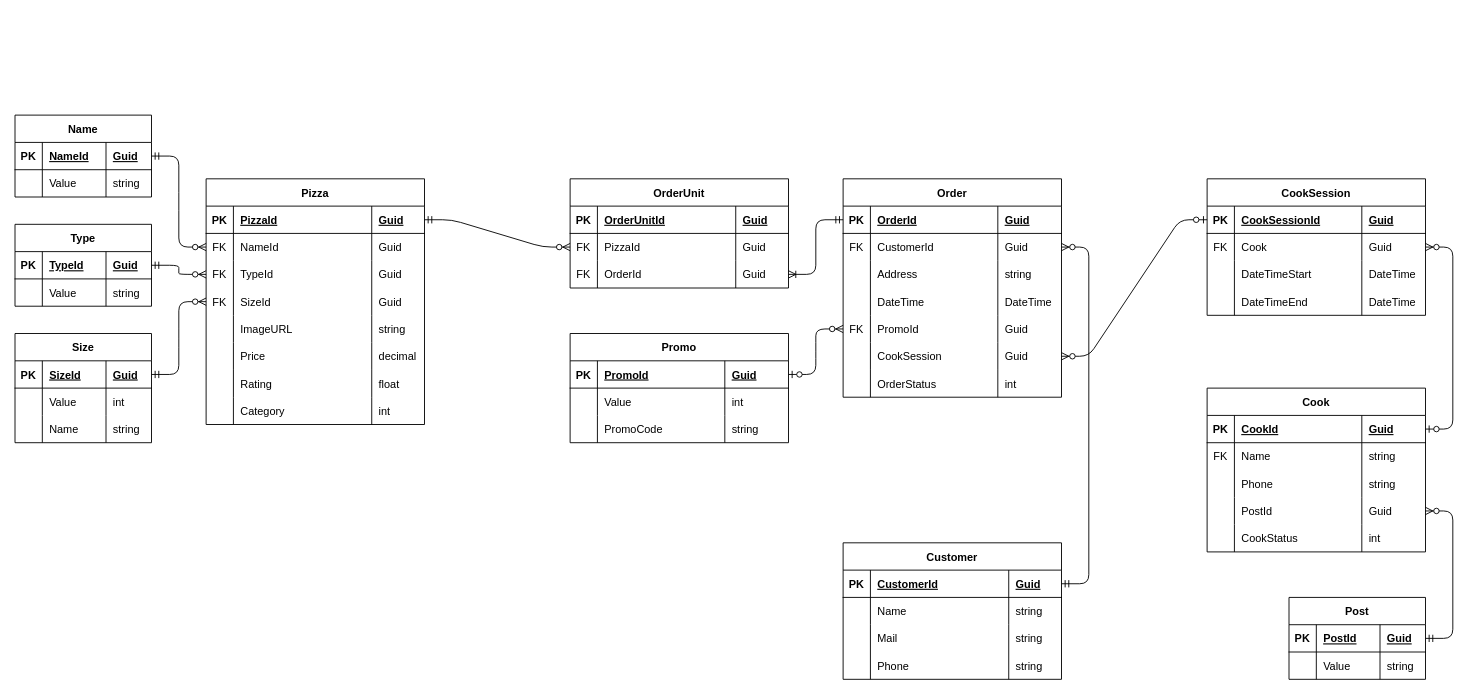
The draw.io diagram docs/db.drawio in maksperskiy/pizza, before the edit. Source tidied: cells renumbered, new cells numbered last; positions are measured from the earlier drawing's top-left corner, leaving out a move shared by most shapes. Both pictures are drawn from the tidied source at 91%, with x=0, y=0 at pixel (15, 115).
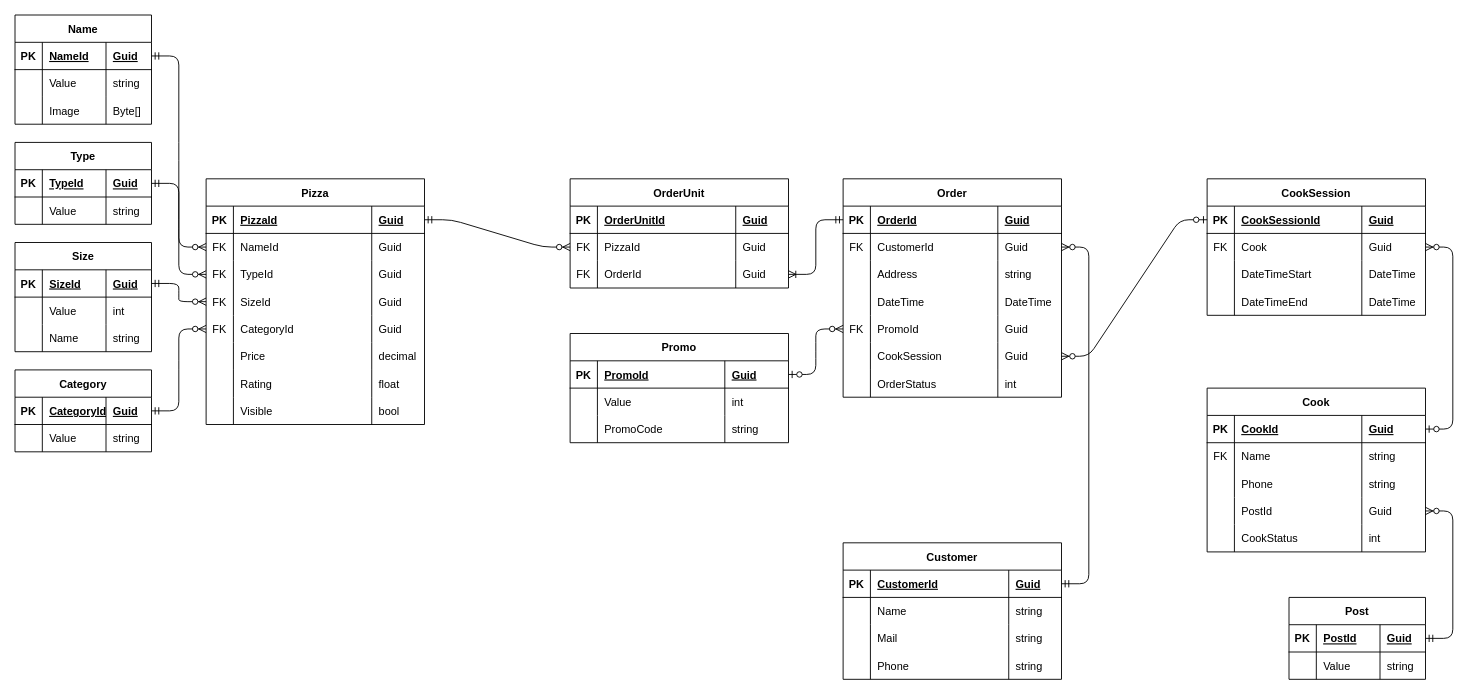
After the change.

The change refers to these unchanged cells:
```xml
<mxCell id="2" value="Pizza" style="shape=table;startSize=30;childLayout=tableLayout;rowLines=0;fontStyle=1;align=center;columnLines=1;resizeLastRow=0;shadow=0;rounded=0;sketch=0;" parent="1" vertex="1">
  <mxGeometry x="210" y="70" width="240" height="270" as="geometry" />
</mxCell>
```

Change to the diagram source:
```diff
@@
-    <mxCell id="19" style="shape=partialRectangle;fillColor=none;top=0;left=0;bottom=0;right=0;" parent="2" vertex="1">
-      <mxGeometry y="150" width="240" height="30" as="geometry" />
-    </mxCell>
-    <mxCell id="20" style="shape=partialRectangle;fillColor=none;top=0;left=0;bottom=0;right=0;overflow=hidden;" parent="19" vertex="1">
-      <mxGeometry width="30" height="30" as="geometry" />
-    </mxCell>
-    <mxCell id="21" value="ImageURL" style="shape=partialRectangle;fillColor=none;top=0;left=0;bottom=0;right=0;align=left;spacingLeft=6;overflow=hidden;" parent="19" vertex="1">
-      <mxGeometry x="30" width="152" height="30" as="geometry" />
-    </mxCell>
-    <mxCell id="22" value="string" style="shape=partialRectangle;fillColor=none;top=0;left=0;bottom=0;right=0;align=left;spacingLeft=6;overflow=hidden;" parent="19" vertex="1">
-      <mxGeometry x="182" width="58" height="30" as="geometry" />
-    </mxCell>
+    <mxCell id="31" style="shape=partialRectangle;fillColor=none;top=0;left=0;bottom=0;right=0;points=[[0,0.5],[1,0.5]];portConstraint=eastwest;" parent="2" vertex="1">
+      <mxGeometry y="150" width="240" height="30" as="geometry" />
+    </mxCell>
+    <mxCell id="32" value="FK" style="shape=partialRectangle;fillColor=none;top=0;left=0;bottom=0;right=0;overflow=hidden;" parent="31" vertex="1">
+      <mxGeometry width="30" height="30" as="geometry" />
+    </mxCell>
+    <mxCell id="33" value="CategoryId" style="shape=partialRectangle;fillColor=none;top=0;left=0;bottom=0;right=0;align=left;spacingLeft=6;overflow=hidden;" parent="31" vertex="1">
+      <mxGeometry x="30" width="152" height="30" as="geometry" />
+    </mxCell>
+    <mxCell id="34" value="Guid" style="shape=partialRectangle;fillColor=none;top=0;left=0;bottom=0;right=0;align=left;spacingLeft=6;overflow=hidden;" parent="31" vertex="1">
+      <mxGeometry x="182" width="58" height="30" as="geometry" />
+    </mxCell>
@@
-    <mxCell id="31" style="shape=partialRectangle;fillColor=none;top=0;left=0;bottom=0;right=0;points=[[0,0.5],[1,0.5]];portConstraint=eastwest;" parent="2" vertex="1">
-      <mxGeometry y="240" width="240" height="30" as="geometry" />
-    </mxCell>
-    <mxCell id="32" style="shape=partialRectangle;fillColor=none;top=0;left=0;bottom=0;right=0;overflow=hidden;" parent="31" vertex="1">
-      <mxGeometry width="30" height="30" as="geometry" />
-    </mxCell>
-    <mxCell id="33" value="Category" style="shape=partialRectangle;fillColor=none;top=0;left=0;bottom=0;right=0;align=left;spacingLeft=6;overflow=hidden;" parent="31" vertex="1">
-      <mxGeometry x="30" width="152" height="30" as="geometry" />
-    </mxCell>
-    <mxCell id="34" value="int" style="shape=partialRectangle;fillColor=none;top=0;left=0;bottom=0;right=0;align=left;spacingLeft=6;overflow=hidden;" parent="31" vertex="1">
-      <mxGeometry x="182" width="58" height="30" as="geometry" />
-    </mxCell>
+    <mxCell id="195" style="shape=partialRectangle;fillColor=none;top=0;left=0;bottom=0;right=0;" parent="2" vertex="1">
+      <mxGeometry y="240" width="240" height="30" as="geometry" />
+    </mxCell>
+    <mxCell id="196" style="shape=partialRectangle;fillColor=none;top=0;left=0;bottom=0;right=0;overflow=hidden;" parent="195" vertex="1">
+      <mxGeometry width="30" height="30" as="geometry" />
+    </mxCell>
+    <mxCell id="197" value="Visible" style="shape=partialRectangle;fillColor=none;top=0;left=0;bottom=0;right=0;align=left;spacingLeft=6;overflow=hidden;" parent="195" vertex="1">
+      <mxGeometry x="30" width="152" height="30" as="geometry" />
+    </mxCell>
+    <mxCell id="198" value="bool" style="shape=partialRectangle;fillColor=none;top=0;left=0;bottom=0;right=0;align=left;spacingLeft=6;overflow=hidden;" parent="195" vertex="1">
+      <mxGeometry x="182" width="58" height="30" as="geometry" />
+    </mxCell>
     <mxCell id="35" value="Name" style="shape=table;startSize=30;childLayout=tableLayout;rowLines=0;fontStyle=1;align=center;columnLines=1;resizeLastRow=0;shadow=0;rounded=0;sketch=0;" parent="1" vertex="1">
-      <mxGeometry width="150" height="90" as="geometry" />
+      <mxGeometry y="-110" width="150" height="120" as="geometry" />
     </mxCell>
@@
+    <mxCell id="199" style="shape=partialRectangle;fillColor=none;top=0;left=0;bottom=0;right=0;" parent="35" vertex="1">
+      <mxGeometry y="90" width="150" height="30" as="geometry" />
+    </mxCell>
+    <mxCell id="200" style="shape=partialRectangle;fillColor=none;top=0;left=0;bottom=0;right=0;overflow=hidden;" parent="199" vertex="1">
+      <mxGeometry width="30" height="30" as="geometry" />
+    </mxCell>
+    <mxCell id="201" value="Image" style="shape=partialRectangle;fillColor=none;top=0;left=0;bottom=0;right=0;align=left;spacingLeft=6;overflow=hidden;" parent="199" vertex="1">
+      <mxGeometry x="30" width="70" height="30" as="geometry" />
+    </mxCell>
+    <mxCell id="202" value="Byte[]" style="shape=partialRectangle;fillColor=none;top=0;left=0;bottom=0;right=0;align=left;spacingLeft=6;overflow=hidden;" parent="199" vertex="1">
+      <mxGeometry x="100" width="50" height="30" as="geometry" />
+    </mxCell>
     <mxCell id="44" value="Type" style="shape=table;startSize=30;childLayout=tableLayout;rowLines=0;fontStyle=1;align=center;columnLines=1;resizeLastRow=0;shadow=0;rounded=0;sketch=0;" parent="1" vertex="1">
-      <mxGeometry y="120" width="150" height="90" as="geometry" />
+      <mxGeometry y="30" width="150" height="90" as="geometry" />
     </mxCell>
@@
     <mxCell id="53" value="Size" style="shape=table;startSize=30;childLayout=tableLayout;rowLines=0;fontStyle=1;align=center;columnLines=1;resizeLastRow=0;shadow=0;rounded=0;sketch=0;" parent="1" vertex="1">
-      <mxGeometry y="240" width="150" height="120" as="geometry" />
+      <mxGeometry y="140" width="150" height="120" as="geometry" />
     </mxCell>
@@
+    <mxCell id="203" value="Category" style="shape=table;startSize=30;childLayout=tableLayout;rowLines=0;fontStyle=1;align=center;columnLines=1;resizeLastRow=0;shadow=0;rounded=0;sketch=0;" parent="1" vertex="1">
+      <mxGeometry y="280" width="150" height="90" as="geometry" />
+    </mxCell>
+    <mxCell id="204" style="shape=partialRectangle;fillColor=none;top=0;left=0;bottom=1;right=0;points=[[0,0.5],[1,0.5]];portConstraint=eastwest;" parent="203" vertex="1">
+      <mxGeometry y="30" width="150" height="30" as="geometry" />
+    </mxCell>
+    <mxCell id="205" value="PK" style="shape=partialRectangle;fillColor=none;top=0;left=0;bottom=0;right=0;fontStyle=1;overflow=hidden;" parent="204" vertex="1">
+      <mxGeometry width="30" height="30" as="geometry" />
+    </mxCell>
+    <mxCell id="206" value="CategoryId" style="shape=partialRectangle;fillColor=none;top=0;left=0;bottom=0;right=0;align=left;spacingLeft=6;fontStyle=5;overflow=hidden;" parent="204" vertex="1">
+      <mxGeometry x="30" width="70" height="30" as="geometry" />
+    </mxCell>
+    <mxCell id="207" value="Guid" style="shape=partialRectangle;fillColor=none;top=0;left=0;bottom=0;right=0;align=left;spacingLeft=6;fontStyle=5;overflow=hidden;" parent="204" vertex="1">
+      <mxGeometry x="100" width="50" height="30" as="geometry" />
+    </mxCell>
+    <mxCell id="208" style="shape=partialRectangle;fillColor=none;top=0;left=0;bottom=0;right=0;" parent="203" vertex="1">
+      <mxGeometry y="60" width="150" height="30" as="geometry" />
+    </mxCell>
+    <mxCell id="209" style="shape=partialRectangle;fillColor=none;top=0;left=0;bottom=0;right=0;overflow=hidden;" parent="208" vertex="1">
+      <mxGeometry width="30" height="30" as="geometry" />
+    </mxCell>
+    <mxCell id="210" value="Value" style="shape=partialRectangle;fillColor=none;top=0;left=0;bottom=0;right=0;align=left;spacingLeft=6;overflow=hidden;" parent="208" vertex="1">
+      <mxGeometry x="30" width="70" height="30" as="geometry" />
+    </mxCell>
+    <mxCell id="22" value="string" style="shape=partialRectangle;fillColor=none;top=0;left=0;bottom=0;right=0;align=left;spacingLeft=6;overflow=hidden;" parent="208" vertex="1">
+      <mxGeometry x="100" width="50" height="30" as="geometry" />
+    </mxCell>
+    <mxCell id="211" style="edgeStyle=entityRelationEdgeStyle;fontSize=12;html=1;endArrow=ERzeroToMany;startArrow=ERmandOne;exitX=1;exitY=0.5;exitDx=0;exitDy=0;entryX=0;entryY=0.5;entryDx=0;entryDy=0;" parent="1" edge="1" source="204" target="31">
+      <mxGeometry relative="1" as="geometry" />
+    </mxCell>
```
